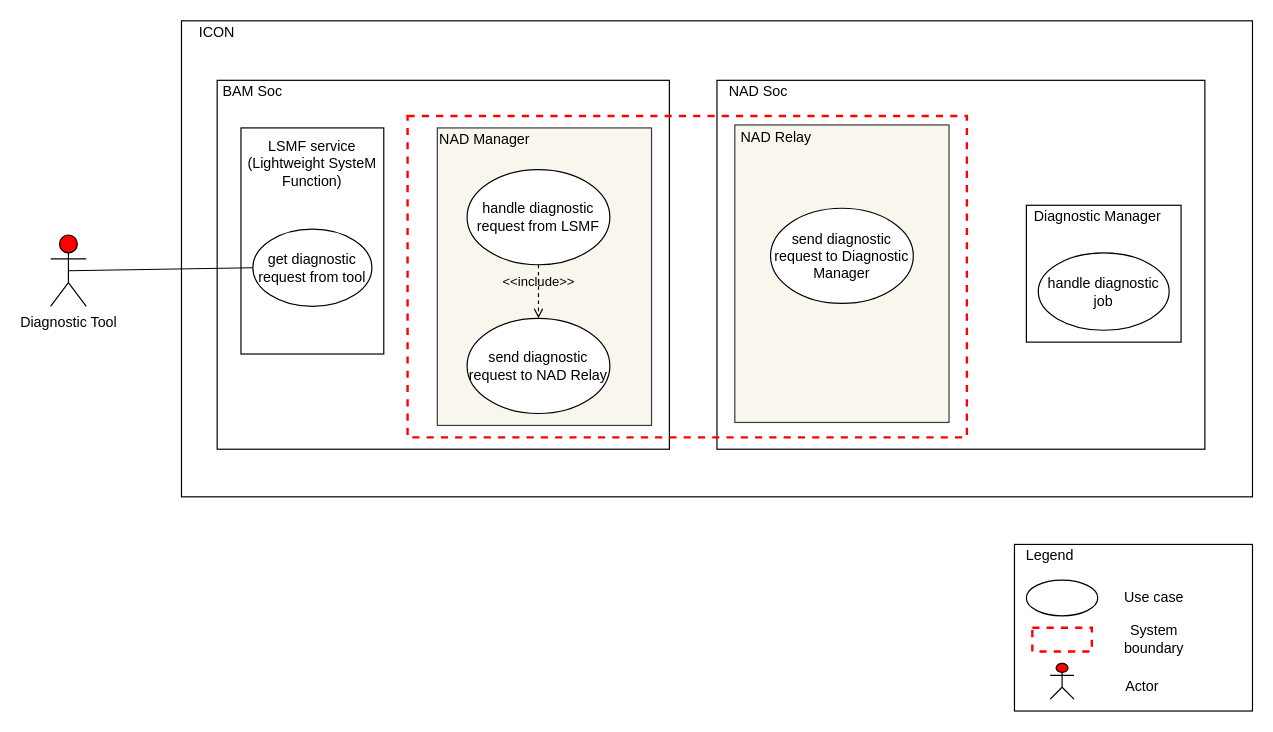
The draw.io diagram page "Diagnostic" (3 of 6) of doc/SA cert/Design/usecase.drawio in taikt/codefun, before the edit. Source tidied: cells renumbered, new cells numbered last; positions are measured from the earlier drawing's top-left corner, leaving out a move shared by most shapes. Both pictures are drawn from the tidied source at 119%, with x=0, y=0 at pixel (50, 20).
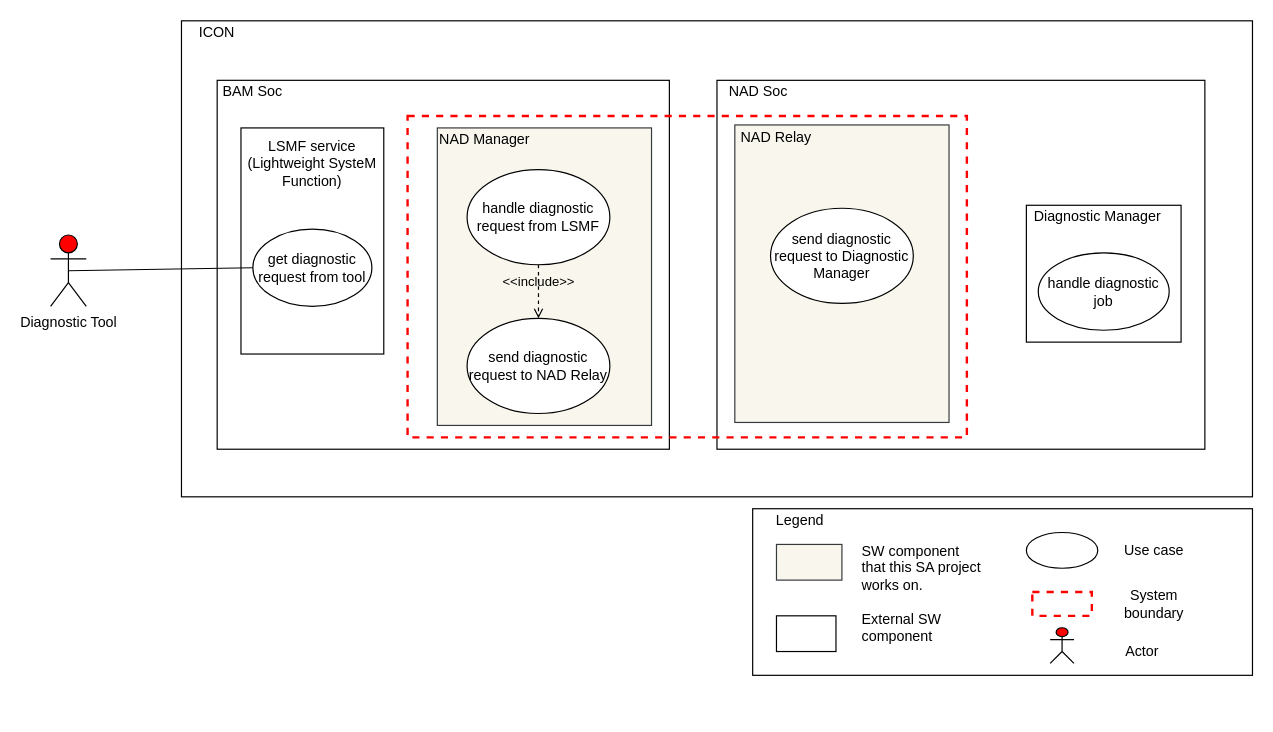
The same page after the edit.

The edit, as a diff of the source:
```diff
@@
-    <mxCell id="3" style="rounded=0;whiteSpace=wrap;html=1;strokeWidth=1;fillColor=none;" parent="1" vertex="1">
-      <mxGeometry x="810" y="440" width="200" height="140" as="geometry" />
-    </mxCell>
-    <mxCell id="4" style="ellipse;whiteSpace=wrap;html=1;strokeColor=#000000;strokeWidth=1;fillColor=none;" parent="1" vertex="1">
-      <mxGeometry x="820" y="470" width="60" height="30" as="geometry" />
-    </mxCell>
-    <mxCell id="5" value="Use case" style="text;html=1;strokeColor=none;fillColor=none;align=center;verticalAlign=middle;whiteSpace=wrap;rounded=0;" parent="1" vertex="1">
-      <mxGeometry x="895" y="475" width="65" height="20" as="geometry" />
-    </mxCell>
-    <mxCell id="6" style="rounded=0;whiteSpace=wrap;html=1;fillColor=none;strokeColor=#FF0000;dashed=1;strokeWidth=2;" parent="1" vertex="1">
-      <mxGeometry x="825" y="510" width="50" height="20" as="geometry" />
-    </mxCell>
-    <mxCell id="7" value="System boundary" style="text;html=1;strokeColor=none;fillColor=none;align=center;verticalAlign=middle;whiteSpace=wrap;rounded=0;" parent="1" vertex="1">
-      <mxGeometry x="895" y="510" width="65" height="20" as="geometry" />
-    </mxCell>
-    <mxCell id="8" style="shape=umlActor;verticalLabelPosition=bottom;verticalAlign=top;html=1;fillColor=#FF0000;" parent="1" vertex="1">
-      <mxGeometry x="840" y="540" width="20" height="30" as="geometry" />
-    </mxCell>
-    <mxCell id="9" value="Actor" style="text;html=1;strokeColor=none;fillColor=none;align=center;verticalAlign=middle;whiteSpace=wrap;rounded=0;" parent="1" vertex="1">
-      <mxGeometry x="885" y="550" width="65" height="20" as="geometry" />
-    </mxCell>
-    <mxCell id="10" value="Legend" style="text;html=1;strokeColor=none;fillColor=none;align=center;verticalAlign=middle;whiteSpace=wrap;rounded=0;" parent="1" vertex="1">
-      <mxGeometry x="820" y="440" width="40" height="20" as="geometry" />
-    </mxCell>
@@
+    <mxCell id="34" style="rounded=0;whiteSpace=wrap;html=1;strokeWidth=1;fillColor=none;" parent="1" vertex="1">
+      <mxGeometry x="590" y="410" width="420" height="140" as="geometry" />
+    </mxCell>
+    <mxCell id="35" style="ellipse;whiteSpace=wrap;html=1;strokeColor=#000000;strokeWidth=1;fillColor=none;" parent="1" vertex="1">
+      <mxGeometry x="820" y="430" width="60" height="30" as="geometry" />
+    </mxCell>
+    <mxCell id="5" value="Use case" style="text;html=1;strokeColor=none;fillColor=none;align=center;verticalAlign=middle;whiteSpace=wrap;rounded=0;" parent="1" vertex="1">
+      <mxGeometry x="895" y="435" width="65" height="20" as="geometry" />
+    </mxCell>
+    <mxCell id="36" style="rounded=0;whiteSpace=wrap;html=1;fillColor=none;strokeColor=#FF0000;dashed=1;strokeWidth=2;" parent="1" vertex="1">
+      <mxGeometry x="825" y="480" width="50" height="20" as="geometry" />
+    </mxCell>
+    <mxCell id="7" value="System boundary" style="text;html=1;strokeColor=none;fillColor=none;align=center;verticalAlign=middle;whiteSpace=wrap;rounded=0;" parent="1" vertex="1">
+      <mxGeometry x="895" y="480" width="65" height="20" as="geometry" />
+    </mxCell>
+    <mxCell id="37" style="shape=umlActor;verticalLabelPosition=bottom;verticalAlign=top;html=1;fillColor=#FF0000;" parent="1" vertex="1">
+      <mxGeometry x="840" y="510" width="20" height="30" as="geometry" />
+    </mxCell>
+    <mxCell id="9" value="Actor" style="text;html=1;strokeColor=none;fillColor=none;align=center;verticalAlign=middle;whiteSpace=wrap;rounded=0;" parent="1" vertex="1">
+      <mxGeometry x="885" y="520" width="65" height="20" as="geometry" />
+    </mxCell>
+    <mxCell id="10" value="Legend" style="text;html=1;strokeColor=none;fillColor=none;align=center;verticalAlign=middle;whiteSpace=wrap;rounded=0;" parent="1" vertex="1">
+      <mxGeometry x="610" y="410" width="40" height="20" as="geometry" />
+    </mxCell>
+    <mxCell id="38" style="rounded=0;whiteSpace=wrap;html=1;fillColor=#f9f7ed;strokeColor=#36393d;" parent="1" vertex="1">
+      <mxGeometry x="610" y="440" width="55" height="30" as="geometry" />
+    </mxCell>
+    <mxCell id="39" value="SW component that this SA project works on." style="text;html=1;strokeColor=none;fillColor=none;align=left;verticalAlign=middle;whiteSpace=wrap;rounded=0;" parent="1" vertex="1">
+      <mxGeometry x="680" y="450" width="105" height="20" as="geometry" />
+    </mxCell>
+    <mxCell id="40" style="rounded=0;whiteSpace=wrap;html=1;" parent="1" vertex="1">
+      <mxGeometry x="610" y="500" width="50" height="30" as="geometry" />
+    </mxCell>
+    <mxCell id="41" value="External SW component" style="text;html=1;strokeColor=none;fillColor=none;align=left;verticalAlign=middle;whiteSpace=wrap;rounded=0;" parent="1" vertex="1">
+      <mxGeometry x="680" y="500" width="105" height="20" as="geometry" />
+    </mxCell>
```
